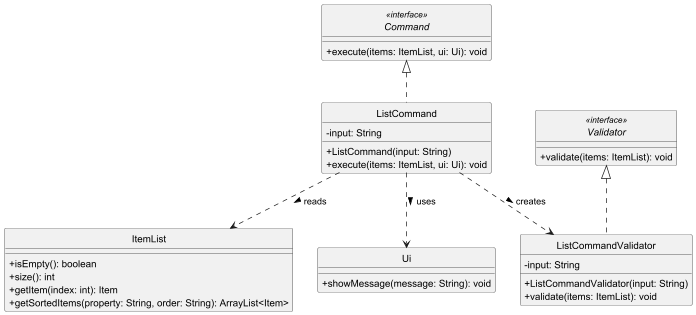
Above: docs/diagrams/ListCommandClassDiagram.png in adbsw/tp (PlantUML), before the change.
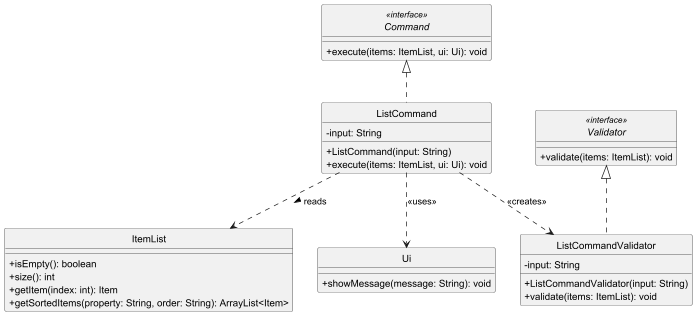
The same file after the commit.

Change to the diagram source:
```diff
@@ -38,8 +38,8 @@
 Command <|.. ListCommand
 Validator <|.. ListCommandValidator
 
-ListCommand ..> ListCommandValidator : creates >
+ListCommand ..> ListCommandValidator : <<creates>>
 ListCommand ..> ItemList : reads >
-ListCommand ..> Ui : uses >
+ListCommand ..> Ui : <<uses>>
 
 @enduml
```
